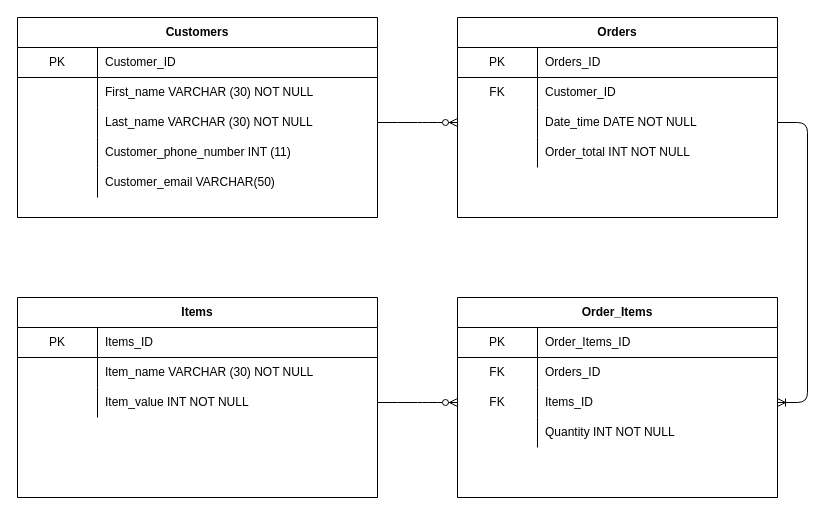
The draw.io diagram Copy of Untitled Diagram.drawio in AWalker2112/IMS-Starter, before the edit. Source tidied: cells renumbered, new cells numbered last; positions are measured from the earlier drawing's top-left corner, leaving out a move shared by most shapes. Both pictures are drawn from the tidied source at 100%, with x=0, y=0 at pixel (17, 17).
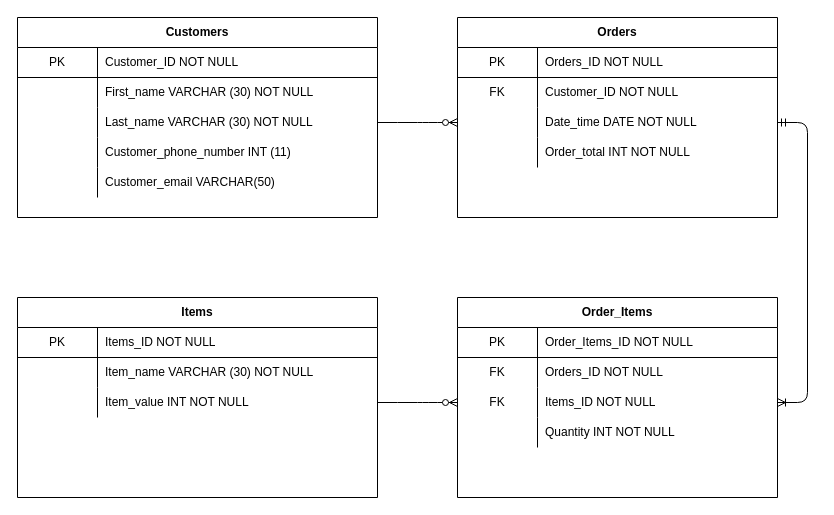
After the change.

Commit message:
IMS Starter Diagram.drawio

Unchanged cells that the change refers to:
```xml
<mxCell id="3" style="shape=partialRectangle;html=1;whiteSpace=wrap;fillColor=none;top=0;left=0;bottom=1;right=0;" parent="2" vertex="1">
  <mxGeometry y="30" width="360" height="30" as="geometry" />
</mxCell>
<mxCell id="19" style="shape=partialRectangle;html=1;whiteSpace=wrap;fillColor=none;top=0;left=0;bottom=1;right=0;" parent="18" vertex="1">
  <mxGeometry y="30" width="320" height="30" as="geometry" />
</mxCell>
<mxCell id="22" style="shape=partialRectangle;html=1;whiteSpace=wrap;fillColor=none;top=0;left=0;bottom=0;right=0;" parent="18" vertex="1">
  <mxGeometry y="60" width="320" height="30" as="geometry" />
</mxCell>
<mxCell id="25" style="shape=partialRectangle;html=1;whiteSpace=wrap;fillColor=none;top=0;left=0;bottom=0;right=0;points=[[0,0.5],[1,0.5]];portConstraint=eastwest;" parent="18" vertex="1">
  <mxGeometry y="90" width="320" height="30" as="geometry" />
</mxCell>
<mxCell id="32" style="shape=partialRectangle;html=1;whiteSpace=wrap;fillColor=none;top=0;left=0;bottom=1;right=0;" parent="31" vertex="1">
  <mxGeometry y="30" width="360" height="30" as="geometry" />
</mxCell>
<mxCell id="42" style="shape=partialRectangle;html=1;whiteSpace=wrap;fillColor=none;top=0;left=0;bottom=1;right=0;" parent="41" vertex="1">
  <mxGeometry y="30" width="320" height="30" as="geometry" />
</mxCell>
<mxCell id="45" style="shape=partialRectangle;html=1;whiteSpace=wrap;fillColor=none;top=0;left=0;bottom=0;right=0;" parent="41" vertex="1">
  <mxGeometry y="60" width="320" height="30" as="geometry" />
</mxCell>
<mxCell id="48" style="shape=partialRectangle;html=1;whiteSpace=wrap;fillColor=none;top=0;left=0;bottom=0;right=0;points=[[0,0.5],[1,0.5]];portConstraint=eastwest;" parent="41" vertex="1">
  <mxGeometry y="90" width="320" height="30" as="geometry" />
</mxCell>
```

Diff of the diagram source:
```diff
@@
-    <mxCell id="5" value="Customer_ID" style="shape=partialRectangle;html=1;whiteSpace=wrap;fillColor=none;top=0;left=0;bottom=0;right=0;align=left;spacingLeft=6;overflow=hidden;" parent="3" vertex="1">
+    <mxCell id="5" value="Customer_ID NOT NULL" style="shape=partialRectangle;html=1;whiteSpace=wrap;fillColor=none;top=0;left=0;bottom=0;right=0;align=left;spacingLeft=6;overflow=hidden;" parent="3" vertex="1">
       <mxGeometry x="80" width="280" height="30" as="geometry" />
     </mxCell>
@@
-    <mxCell id="21" value="Orders_ID" style="shape=partialRectangle;html=1;whiteSpace=wrap;fillColor=none;top=0;left=0;bottom=0;right=0;align=left;spacingLeft=6;overflow=hidden;" parent="19" vertex="1">
+    <mxCell id="21" value="Orders_ID NOT NULL" style="shape=partialRectangle;html=1;whiteSpace=wrap;fillColor=none;top=0;left=0;bottom=0;right=0;align=left;spacingLeft=6;overflow=hidden;" parent="19" vertex="1">
       <mxGeometry x="80" width="240" height="30" as="geometry" />
     </mxCell>
@@
-    <mxCell id="24" value="Customer_ID" style="shape=partialRectangle;html=1;whiteSpace=wrap;fillColor=none;top=0;left=0;bottom=0;right=0;align=left;spacingLeft=6;overflow=hidden;" parent="22" vertex="1">
+    <mxCell id="24" value="Customer_ID NOT NULL" style="shape=partialRectangle;html=1;whiteSpace=wrap;fillColor=none;top=0;left=0;bottom=0;right=0;align=left;spacingLeft=6;overflow=hidden;" parent="22" vertex="1">
       <mxGeometry x="80" width="240" height="30" as="geometry" />
     </mxCell>
@@
-    <mxCell id="34" value="Items_ID" style="shape=partialRectangle;html=1;whiteSpace=wrap;fillColor=none;top=0;left=0;bottom=0;right=0;align=left;spacingLeft=6;overflow=hidden;" parent="32" vertex="1">
+    <mxCell id="34" value="Items_ID NOT NULL" style="shape=partialRectangle;html=1;whiteSpace=wrap;fillColor=none;top=0;left=0;bottom=0;right=0;align=left;spacingLeft=6;overflow=hidden;" parent="32" vertex="1">
       <mxGeometry x="80" width="280" height="30" as="geometry" />
     </mxCell>
@@
-    <mxCell id="44" value="Order_Items_ID" style="shape=partialRectangle;html=1;whiteSpace=wrap;fillColor=none;top=0;left=0;bottom=0;right=0;align=left;spacingLeft=6;overflow=hidden;" parent="42" vertex="1">
+    <mxCell id="44" value="Order_Items_ID NOT NULL" style="shape=partialRectangle;html=1;whiteSpace=wrap;fillColor=none;top=0;left=0;bottom=0;right=0;align=left;spacingLeft=6;overflow=hidden;" parent="42" vertex="1">
       <mxGeometry x="80" width="240" height="30" as="geometry" />
     </mxCell>
@@
-    <mxCell id="47" value="Orders_ID" style="shape=partialRectangle;html=1;whiteSpace=wrap;fillColor=none;top=0;left=0;bottom=0;right=0;align=left;spacingLeft=6;overflow=hidden;" parent="45" vertex="1">
+    <mxCell id="47" value="Orders_ID NOT NULL" style="shape=partialRectangle;html=1;whiteSpace=wrap;fillColor=none;top=0;left=0;bottom=0;right=0;align=left;spacingLeft=6;overflow=hidden;" parent="45" vertex="1">
       <mxGeometry x="80" width="240" height="30" as="geometry" />
     </mxCell>
@@
-    <mxCell id="50" value="Items_ID" style="shape=partialRectangle;html=1;whiteSpace=wrap;fillColor=none;top=0;left=0;bottom=0;right=0;align=left;spacingLeft=6;overflow=hidden;" parent="48" vertex="1">
+    <mxCell id="50" value="Items_ID NOT NULL" style="shape=partialRectangle;html=1;whiteSpace=wrap;fillColor=none;top=0;left=0;bottom=0;right=0;align=left;spacingLeft=6;overflow=hidden;" parent="48" vertex="1">
       <mxGeometry x="80" width="240" height="30" as="geometry" />
     </mxCell>
@@
-    <mxCell id="54" style="edgeStyle=entityRelationEdgeStyle;fontSize=12;html=1;endArrow=ERoneToMany;exitX=1;exitY=0.5;exitDx=0;exitDy=0;entryX=1;entryY=0.5;entryDx=0;entryDy=0;" parent="1" edge="1" source="25" target="48">
-      <mxGeometry relative="1" as="geometry" />
-    </mxCell>
@@
+    <mxCell id="54" style="edgeStyle=entityRelationEdgeStyle;fontSize=12;html=1;endArrow=ERoneToMany;startArrow=ERmandOne;entryX=1;entryY=0.5;entryDx=0;entryDy=0;exitX=1;exitY=0.5;exitDx=0;exitDy=0;" parent="1" edge="1" source="25" target="48">
+      <mxGeometry relative="1" as="geometry" />
+    </mxCell>
```
